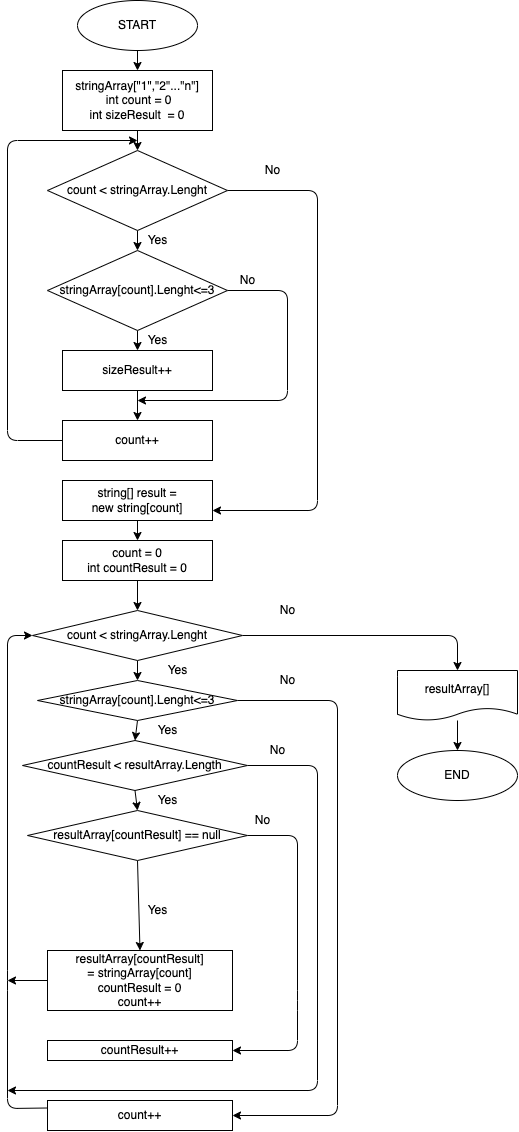
This is scheme.drawio.png from YuliyaSopovskaya/FinalWork1quarter, a draw.io export, as it was before one commit. Source tidied: cells renumbered, new cells last; positions are measured from the earlier drawing's top-left corner, leaving out a move shared by most shapes.
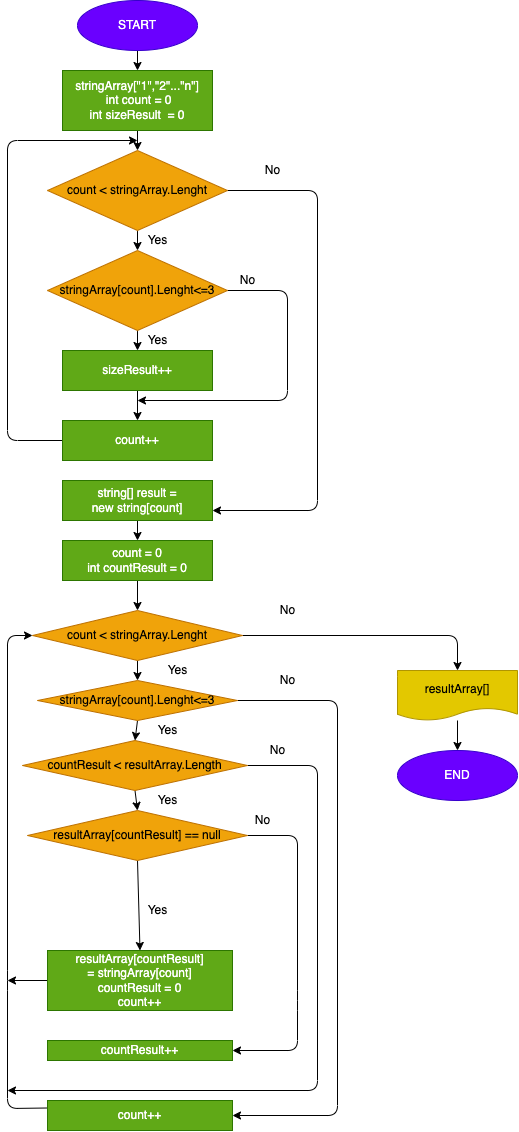
The same file after the commit.

The edit, as a diff of the source:
```diff
@@ -5,13 +5,13 @@
     <mxCell id="2" style="edgeStyle=none;html=1;exitX=0.5;exitY=1;exitDx=0;exitDy=0;entryX=0.5;entryY=0;entryDx=0;entryDy=0;" parent="1" edge="1" source="3" target="5">
       <mxGeometry relative="1" as="geometry" />
     </mxCell>
-    <mxCell id="3" value="START" style="ellipse;whiteSpace=wrap;html=1;" parent="1" vertex="1">
+    <mxCell id="3" value="START" style="ellipse;whiteSpace=wrap;html=1;fillColor=#6a00ff;fontColor=#ffffff;strokeColor=#3700CC;" parent="1" vertex="1">
       <mxGeometry x="70" width="120" height="50" as="geometry" />
     </mxCell>
     <mxCell id="4" style="edgeStyle=none;html=1;exitX=0.5;exitY=1;exitDx=0;exitDy=0;entryX=0.5;entryY=0;entryDx=0;entryDy=0;" parent="1" edge="1" source="5" target="8">
       <mxGeometry relative="1" as="geometry" />
     </mxCell>
-    <mxCell id="5" value="stringArray[&quot;1&quot;,&quot;2&quot;...&quot;n&quot;]&lt;br&gt;&amp;nbsp;int count = 0&lt;br&gt;int sizeResult&amp;nbsp; = 0" style="rounded=0;whiteSpace=wrap;html=1;" parent="1" vertex="1">
+    <mxCell id="5" value="stringArray[&quot;1&quot;,&quot;2&quot;...&quot;n&quot;]&lt;br&gt;&amp;nbsp;int count = 0&lt;br&gt;int sizeResult&amp;nbsp; = 0" style="rounded=0;whiteSpace=wrap;html=1;fillColor=#60a917;fontColor=#ffffff;strokeColor=#2D7600;" parent="1" vertex="1">
       <mxGeometry x="55" y="70" width="150" height="60" as="geometry" />
     </mxCell>
     <mxCell id="6" style="edgeStyle=none;html=1;exitX=0.5;exitY=1;exitDx=0;exitDy=0;entryX=0.5;entryY=0;entryDx=0;entryDy=0;" parent="1" edge="1" source="8" target="11">
@@ -25,7 +25,7 @@
         </Array>
       </mxGeometry>
     </mxCell>
-    <mxCell id="8" value="count &amp;lt; stringArray.Lenght" style="rhombus;whiteSpace=wrap;html=1;" parent="1" vertex="1">
+    <mxCell id="8" value="count &amp;lt; stringArray.Lenght" style="rhombus;whiteSpace=wrap;html=1;fillColor=#f0a30a;fontColor=#000000;strokeColor=#BD7000;" parent="1" vertex="1">
       <mxGeometry x="40" y="150" width="180" height="80" as="geometry" />
     </mxCell>
     <mxCell id="9" style="edgeStyle=none;html=1;exitX=1;exitY=0.5;exitDx=0;exitDy=0;" parent="1" edge="1" source="11">
@@ -40,13 +40,13 @@
     <mxCell id="10" style="edgeStyle=none;html=1;exitX=0.5;exitY=1;exitDx=0;exitDy=0;entryX=0.5;entryY=0;entryDx=0;entryDy=0;" parent="1" edge="1" source="11" target="13">
       <mxGeometry relative="1" as="geometry" />
     </mxCell>
-    <mxCell id="11" value="stringArray[count].Lenght&amp;lt;=3" style="rhombus;whiteSpace=wrap;html=1;" parent="1" vertex="1">
+    <mxCell id="11" value="stringArray[count].Lenght&amp;lt;=3" style="rhombus;whiteSpace=wrap;html=1;fillColor=#f0a30a;fontColor=#000000;strokeColor=#BD7000;" parent="1" vertex="1">
       <mxGeometry x="40" y="250" width="180" height="80" as="geometry" />
     </mxCell>
     <mxCell id="12" style="edgeStyle=none;html=1;exitX=0.5;exitY=1;exitDx=0;exitDy=0;entryX=0.5;entryY=0;entryDx=0;entryDy=0;" parent="1" edge="1" source="13" target="15">
       <mxGeometry relative="1" as="geometry" />
     </mxCell>
-    <mxCell id="13" value="sizeResult++" style="rounded=0;whiteSpace=wrap;html=1;" parent="1" vertex="1">
+    <mxCell id="13" value="sizeResult++" style="rounded=0;whiteSpace=wrap;html=1;fillColor=#60a917;fontColor=#ffffff;strokeColor=#2D7600;" parent="1" vertex="1">
       <mxGeometry x="55" y="350" width="150" height="40" as="geometry" />
     </mxCell>
     <mxCell id="14" style="edgeStyle=none;html=1;exitX=0;exitY=0.5;exitDx=0;exitDy=0;" parent="1" edge="1" source="15">
@@ -58,19 +58,19 @@
         </Array>
       </mxGeometry>
     </mxCell>
-    <mxCell id="15" value="count++" style="rounded=0;whiteSpace=wrap;html=1;" parent="1" vertex="1">
+    <mxCell id="15" value="count++" style="rounded=0;whiteSpace=wrap;html=1;fillColor=#60a917;fontColor=#ffffff;strokeColor=#2D7600;" parent="1" vertex="1">
       <mxGeometry x="55" y="420" width="150" height="40" as="geometry" />
     </mxCell>
     <mxCell id="16" style="edgeStyle=none;html=1;exitX=0.5;exitY=1;exitDx=0;exitDy=0;entryX=0.5;entryY=0;entryDx=0;entryDy=0;" parent="1" edge="1" source="17" target="19">
       <mxGeometry relative="1" as="geometry" />
     </mxCell>
-    <mxCell id="17" value="string[] result =&lt;br&gt;new string[count]" style="rounded=0;whiteSpace=wrap;html=1;" parent="1" vertex="1">
+    <mxCell id="17" value="string[] result =&lt;br&gt;new string[count]" style="rounded=0;whiteSpace=wrap;html=1;fillColor=#60a917;fontColor=#ffffff;strokeColor=#2D7600;" parent="1" vertex="1">
       <mxGeometry x="55" y="480" width="150" height="40" as="geometry" />
     </mxCell>
     <mxCell id="18" style="edgeStyle=none;html=1;exitX=0.5;exitY=1;exitDx=0;exitDy=0;entryX=0.5;entryY=0;entryDx=0;entryDy=0;" parent="1" edge="1" source="19" target="22">
       <mxGeometry relative="1" as="geometry" />
     </mxCell>
-    <mxCell id="19" value="count = 0&lt;br&gt;int countResult = 0" style="rounded=0;whiteSpace=wrap;html=1;" parent="1" vertex="1">
+    <mxCell id="19" value="count = 0&lt;br&gt;int countResult = 0" style="rounded=0;whiteSpace=wrap;html=1;fillColor=#60a917;fontColor=#ffffff;strokeColor=#2D7600;" parent="1" vertex="1">
       <mxGeometry x="55" y="540" width="150" height="40" as="geometry" />
     </mxCell>
     <mxCell id="20" style="edgeStyle=none;html=1;exitX=0.5;exitY=1;exitDx=0;exitDy=0;entryX=0.5;entryY=0;entryDx=0;entryDy=0;" parent="1" edge="1" source="22" target="26">
@@ -83,7 +83,7 @@
         </Array>
       </mxGeometry>
     </mxCell>
-    <mxCell id="22" value="count &amp;lt; stringArray.Lenght" style="rhombus;whiteSpace=wrap;html=1;" parent="1" vertex="1">
+    <mxCell id="22" value="count &amp;lt; stringArray.Lenght" style="rhombus;whiteSpace=wrap;html=1;fillColor=#f0a30a;fontColor=#000000;strokeColor=#BD7000;" parent="1" vertex="1">
       <mxGeometry x="25" y="610" width="210" height="50" as="geometry" />
     </mxCell>
     <mxCell id="23" style="edgeStyle=none;html=1;exitX=0.5;exitY=1;exitDx=0;exitDy=0;entryX=0.5;entryY=0;entryDx=0;entryDy=0;startArrow=none;" parent="1" edge="1" source="43" target="29">
@@ -100,7 +100,7 @@
     <mxCell id="25" style="edgeStyle=none;html=1;exitX=0.5;exitY=1;exitDx=0;exitDy=0;entryX=0.5;entryY=0;entryDx=0;entryDy=0;" parent="1" edge="1" source="26" target="43">
       <mxGeometry relative="1" as="geometry" />
     </mxCell>
-    <mxCell id="26" value="stringArray[count].Lenght&amp;lt;=3" style="rhombus;whiteSpace=wrap;html=1;" parent="1" vertex="1">
+    <mxCell id="26" value="stringArray[count].Lenght&amp;lt;=3" style="rhombus;whiteSpace=wrap;html=1;fillColor=#f0a30a;fontColor=#000000;strokeColor=#BD7000;" parent="1" vertex="1">
       <mxGeometry x="30" y="680" width="200" height="40" as="geometry" />
     </mxCell>
     <mxCell id="27" style="edgeStyle=none;html=1;exitX=0.5;exitY=1;exitDx=0;exitDy=0;entryX=0.5;entryY=0;entryDx=0;entryDy=0;" parent="1" edge="1" source="29" target="31">
@@ -115,7 +115,7 @@
         </Array>
       </mxGeometry>
     </mxCell>
-    <mxCell id="29" value="resultArray[countResult] == null" style="rhombus;whiteSpace=wrap;html=1;" parent="1" vertex="1">
+    <mxCell id="29" value="resultArray[countResult] == null" style="rhombus;whiteSpace=wrap;html=1;fillColor=#f0a30a;fontColor=#000000;strokeColor=#BD7000;" parent="1" vertex="1">
       <mxGeometry x="20" y="810" width="220" height="50" as="geometry" />
     </mxCell>
     <mxCell id="30" style="edgeStyle=none;html=1;exitX=0;exitY=0.5;exitDx=0;exitDy=0;" parent="1" edge="1" source="31">
@@ -123,19 +123,19 @@
         <mxPoint y="980" as="targetPoint" />
       </mxGeometry>
     </mxCell>
-    <mxCell id="31" value="resultArray[countResult] =&amp;nbsp;stringArray[count]&lt;br&gt;countResult = 0&lt;br&gt;count++" style="rounded=0;whiteSpace=wrap;html=1;" parent="1" vertex="1">
+    <mxCell id="31" value="resultArray[countResult] =&amp;nbsp;stringArray[count]&lt;br&gt;countResult = 0&lt;br&gt;count++" style="rounded=0;whiteSpace=wrap;html=1;fillColor=#60a917;fontColor=#ffffff;strokeColor=#2D7600;" parent="1" vertex="1">
       <mxGeometry x="40" y="950" width="185" height="60" as="geometry" />
     </mxCell>
-    <mxCell id="32" value="countResult++" style="rounded=0;whiteSpace=wrap;html=1;" parent="1" vertex="1">
+    <mxCell id="32" value="countResult++" style="rounded=0;whiteSpace=wrap;html=1;fillColor=#60a917;fontColor=#ffffff;strokeColor=#2D7600;" parent="1" vertex="1">
       <mxGeometry x="40" y="1040" width="185" height="20" as="geometry" />
     </mxCell>
     <mxCell id="33" style="edgeStyle=none;html=1;" parent="1" edge="1" source="34" target="35">
       <mxGeometry relative="1" as="geometry" />
     </mxCell>
-    <mxCell id="34" value="resultArray[]" style="shape=document;whiteSpace=wrap;html=1;boundedLbl=1;size=0.25;" parent="1" vertex="1">
+    <mxCell id="34" value="resultArray[]" style="shape=document;whiteSpace=wrap;html=1;boundedLbl=1;size=0.25;fillColor=#e3c800;fontColor=#000000;strokeColor=#B09500;" parent="1" vertex="1">
       <mxGeometry x="390" y="670" width="120" height="50" as="geometry" />
     </mxCell>
-    <mxCell id="35" value="END" style="ellipse;whiteSpace=wrap;html=1;" parent="1" vertex="1">
+    <mxCell id="35" value="END" style="ellipse;whiteSpace=wrap;html=1;fillColor=#6a00ff;fontColor=#ffffff;strokeColor=#3700CC;" parent="1" vertex="1">
       <mxGeometry x="390" y="750" width="120" height="50" as="geometry" />
     </mxCell>
     <mxCell id="36" style="edgeStyle=none;html=1;exitX=0;exitY=0.25;exitDx=0;exitDy=0;entryX=0;entryY=0.5;entryDx=0;entryDy=0;" parent="1" edge="1" source="37" target="22">
@@ -147,7 +147,7 @@
         </Array>
       </mxGeometry>
     </mxCell>
-    <mxCell id="37" value="count++" style="rounded=0;whiteSpace=wrap;html=1;" parent="1" vertex="1">
+    <mxCell id="37" value="count++" style="rounded=0;whiteSpace=wrap;html=1;fillColor=#60a917;fontColor=#ffffff;strokeColor=#2D7600;" parent="1" vertex="1">
       <mxGeometry x="40" y="1100" width="185" height="30" as="geometry" />
     </mxCell>
     <mxCell id="38" value="No" style="text;html=1;align=center;verticalAlign=middle;fillColor=none;strokeColor=none;rounded=0;" parent="1" vertex="1">
@@ -171,7 +171,7 @@
         </Array>
       </mxGeometry>
     </mxCell>
-    <mxCell id="43" value="countResult &amp;lt; resultArray.Length" style="rhombus;whiteSpace=wrap;html=1;" parent="1" vertex="1">
+    <mxCell id="43" value="countResult &amp;lt; resultArray.Length" style="rhombus;whiteSpace=wrap;html=1;fillColor=#f0a30a;fontColor=#000000;strokeColor=#BD7000;" parent="1" vertex="1">
       <mxGeometry x="15" y="740" width="225" height="50" as="geometry" />
     </mxCell>
     <mxCell id="44" value="No" style="text;html=1;align=center;verticalAlign=middle;strokeColor=none;fillColor=none;" parent="1" vertex="1">
```
